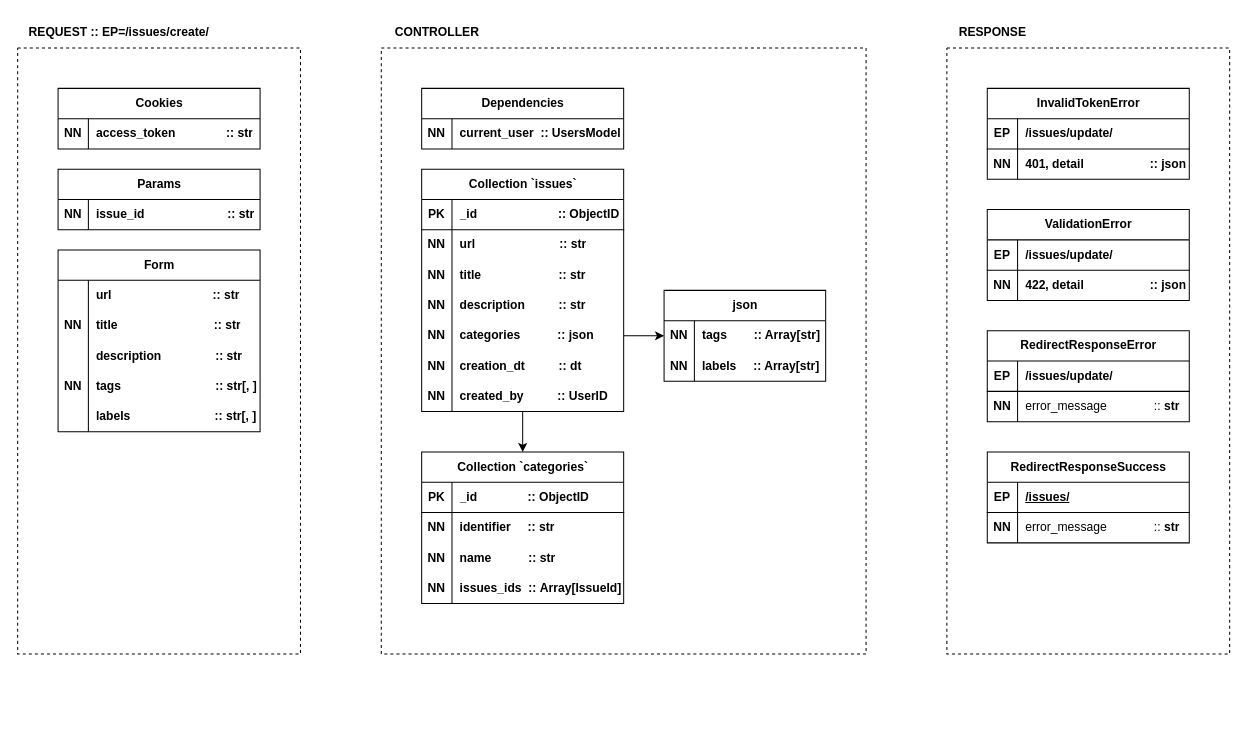
This is page "/issues/update/post" (4 of 4) of contributors/__docs/Diagram.drawio from ames0k0/Ticket, a draw.io file, before an edit. Source tidied: cells renumbered, new cells numbered last; positions are measured from the earlier drawing's top-left corner, leaving out a move shared by most shapes. Both pictures are drawn from the tidied source at 101%, with x=0, y=0 at pixel (17, 17).
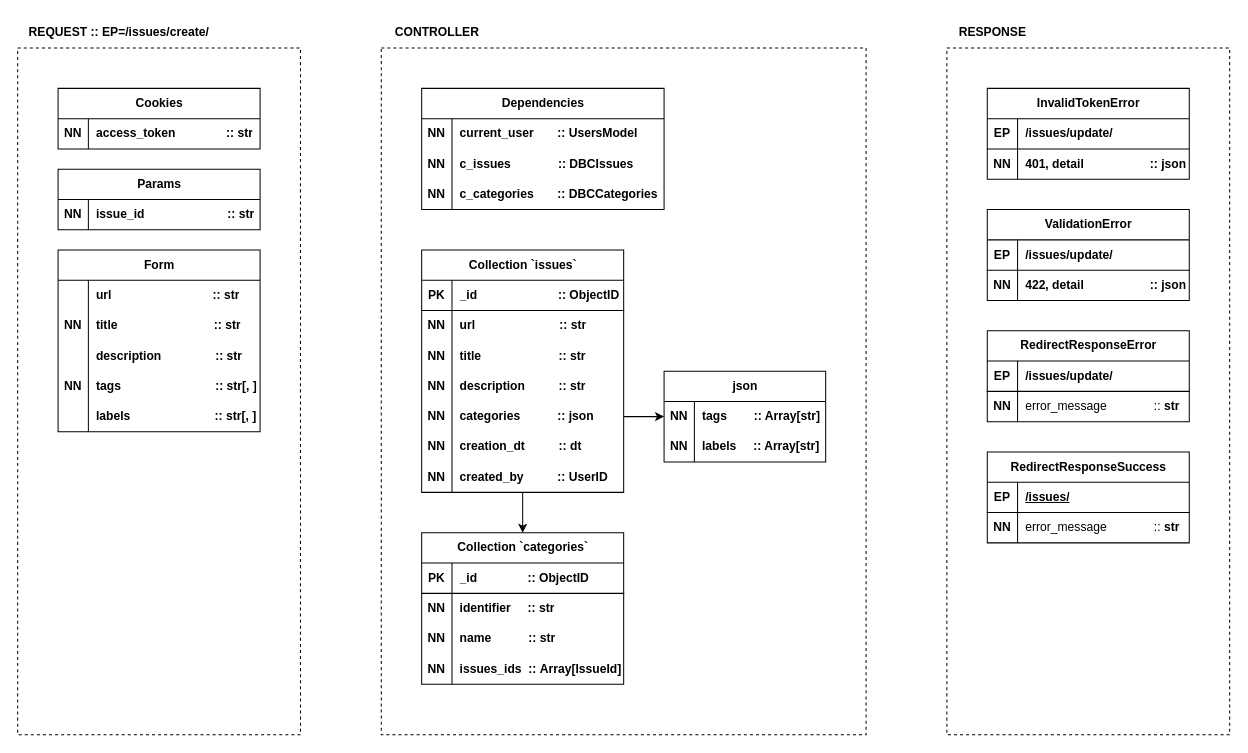
The same diagram, later.

Commit message (it also covers changes not shown here):
[ticket] Contributors: Issues::Update::POST

Diff of the diagram source:
```diff
@@
     <mxCell id="19" value="Collection `issues`" style="shape=table;startSize=30;childLayout=tableLayout;rowLines=0;fontStyle=1;align=center;html=1;" parent="1" vertex="1">
-      <mxGeometry x="400" y="150" width="200" height="240" as="geometry" />
+      <mxGeometry x="400" y="230" width="200" height="240" as="geometry" />
     </mxCell>
@@
     <mxCell id="41" value="json" style="shape=table;startSize=30;childLayout=tableLayout;rowLines=0;fontStyle=1;align=center;html=1;" parent="1" vertex="1">
-      <mxGeometry x="640" y="270" width="160" height="90" as="geometry" />
+      <mxGeometry x="640" y="350" width="160" height="90" as="geometry" />
     </mxCell>
@@
     <mxCell id="49" value="Collection `categories`" style="shape=table;startSize=30;childLayout=tableLayout;rowLines=0;fontStyle=1;align=center;html=1;" parent="1" vertex="1">
-      <mxGeometry x="400" y="430" width="200" height="150" as="geometry" />
+      <mxGeometry x="400" y="510" width="200" height="150" as="geometry" />
     </mxCell>
@@
     <mxCell id="76" style="endArrow=none;dashed=1;html=1;rounded=0;" parent="1" edge="1">
       <mxGeometry relative="1" as="geometry">
         <mxPoint y="30" as="sourcePoint" />
         <mxPoint y="30" as="targetPoint" />
         <Array as="points">
           <mxPoint x="280" y="30" />
-          <mxPoint x="280" y="630" />
-          <mxPoint y="630" />
+          <mxPoint x="280" y="710" />
+          <mxPoint y="710" />
         </Array>
       </mxGeometry>
     </mxCell>
     <mxCell id="77" style="endArrow=none;dashed=1;html=1;rounded=0;" parent="1" edge="1">
       <mxGeometry relative="1" as="geometry">
         <mxPoint x="360" y="30" as="sourcePoint" />
         <mxPoint x="360" y="30" as="targetPoint" />
         <Array as="points">
           <mxPoint x="840" y="30" />
-          <mxPoint x="840" y="630" />
-          <mxPoint x="360" y="630" />
+          <mxPoint x="840" y="710" />
+          <mxPoint x="360" y="710" />
         </Array>
       </mxGeometry>
     </mxCell>
@@
     <mxCell id="79" style="endArrow=none;dashed=1;html=1;rounded=0;" parent="1" edge="1">
       <mxGeometry relative="1" as="geometry">
         <mxPoint x="920" y="30" as="sourcePoint" />
         <mxPoint x="920" y="30" as="targetPoint" />
         <Array as="points">
           <mxPoint x="1200" y="30" />
-          <mxPoint x="1200" y="630" />
-          <mxPoint x="920" y="630" />
+          <mxPoint x="1200" y="710" />
+          <mxPoint x="920" y="710" />
         </Array>
       </mxGeometry>
     </mxCell>
@@
-    <mxCell id="86" value="Dependencies" style="shape=table;startSize=30;childLayout=tableLayout;rowLines=0;fontStyle=1;align=center;html=1;" parent="1" vertex="1">
-      <mxGeometry x="400" y="70" width="200" height="60" as="geometry" />
-    </mxCell>
-    <mxCell id="87" style="shape=tableRow;horizontal=0;startSize=0;swimlaneHead=0;swimlaneBody=0;fillColor=none;top=0;left=0;right=0;bottom=0;" parent="86" vertex="1">
-      <mxGeometry y="30" width="200" height="30" as="geometry" />
-    </mxCell>
-    <mxCell id="88" value="&lt;b&gt;NN&lt;/b&gt;" style="shape=partialRectangle;fillColor=none;top=0;left=0;bottom=0;right=0;overflow=hidden;whiteSpace=wrap;html=1;" parent="87" vertex="1">
-      <mxGeometry width="30" height="30" as="geometry" />
-    </mxCell>
-    <mxCell id="89" value="current_user&amp;nbsp; :: UsersModel" style="shape=partialRectangle;fillColor=none;top=0;left=0;bottom=0;right=0;align=left;spacingLeft=6;overflow=hidden;whiteSpace=wrap;html=1;fontStyle=1;" parent="87" vertex="1">
-      <mxGeometry x="30" width="170" height="30" as="geometry" />
-    </mxCell>
@@
+    <mxCell id="86" value="Dependencies" style="shape=table;startSize=30;childLayout=tableLayout;rowLines=0;fontStyle=1;align=center;html=1;" parent="1" vertex="1">
+      <mxGeometry x="400" y="70" width="240" height="120" as="geometry" />
+    </mxCell>
+    <mxCell id="108" style="shape=tableRow;horizontal=0;startSize=0;swimlaneHead=0;swimlaneBody=0;fillColor=none;top=0;left=0;right=0;bottom=0;" parent="86" vertex="1">
+      <mxGeometry y="30" width="240" height="30" as="geometry" />
+    </mxCell>
+    <mxCell id="109" value="&lt;b&gt;NN&lt;/b&gt;" style="shape=partialRectangle;fillColor=none;top=0;left=0;bottom=0;right=0;overflow=hidden;whiteSpace=wrap;html=1;" parent="108" vertex="1">
+      <mxGeometry width="30" height="30" as="geometry" />
+    </mxCell>
+    <mxCell id="89" value="current_user&amp;nbsp; &amp;nbsp; &amp;nbsp; &amp;nbsp;:: UsersModel" style="shape=partialRectangle;fillColor=none;top=0;left=0;bottom=0;right=0;align=left;spacingLeft=6;overflow=hidden;whiteSpace=wrap;html=1;fontStyle=1;" parent="108" vertex="1">
+      <mxGeometry x="30" width="210" height="30" as="geometry" />
+    </mxCell>
+    <mxCell id="110" style="shape=tableRow;horizontal=0;startSize=0;swimlaneHead=0;swimlaneBody=0;fillColor=none;top=0;left=0;right=0;bottom=0;" parent="86" vertex="1">
+      <mxGeometry y="60" width="240" height="30" as="geometry" />
+    </mxCell>
+    <mxCell id="111" value="&lt;b&gt;NN&lt;/b&gt;" style="shape=partialRectangle;fillColor=none;top=0;left=0;bottom=0;right=0;overflow=hidden;whiteSpace=wrap;html=1;" parent="110" vertex="1">
+      <mxGeometry width="30" height="30" as="geometry" />
+    </mxCell>
+    <mxCell id="112" value="c_issues&amp;nbsp; &amp;nbsp; &amp;nbsp; &amp;nbsp; &amp;nbsp; &amp;nbsp; &amp;nbsp; :: DBCIssues" style="shape=partialRectangle;fillColor=none;top=0;left=0;bottom=0;right=0;align=left;spacingLeft=6;overflow=hidden;whiteSpace=wrap;html=1;fontStyle=1;" parent="110" vertex="1">
+      <mxGeometry x="30" width="210" height="30" as="geometry" />
+    </mxCell>
+    <mxCell id="113" style="shape=tableRow;horizontal=0;startSize=0;swimlaneHead=0;swimlaneBody=0;fillColor=none;top=0;left=0;right=0;bottom=0;" parent="86" vertex="1">
+      <mxGeometry y="90" width="240" height="30" as="geometry" />
+    </mxCell>
+    <mxCell id="114" value="NN" style="shape=partialRectangle;fillColor=none;top=0;left=0;bottom=0;right=0;overflow=hidden;whiteSpace=wrap;html=1;fontStyle=1;" parent="113" vertex="1">
+      <mxGeometry width="30" height="30" as="geometry" />
+    </mxCell>
+    <mxCell id="115" value="c_categories&amp;nbsp; &amp;nbsp; &amp;nbsp; &amp;nbsp;:: DBCCategories" style="shape=partialRectangle;fillColor=none;top=0;left=0;bottom=0;right=0;align=left;spacingLeft=6;overflow=hidden;whiteSpace=wrap;html=1;fontStyle=1;" parent="113" vertex="1">
+      <mxGeometry x="30" width="210" height="30" as="geometry" />
+    </mxCell>
```
